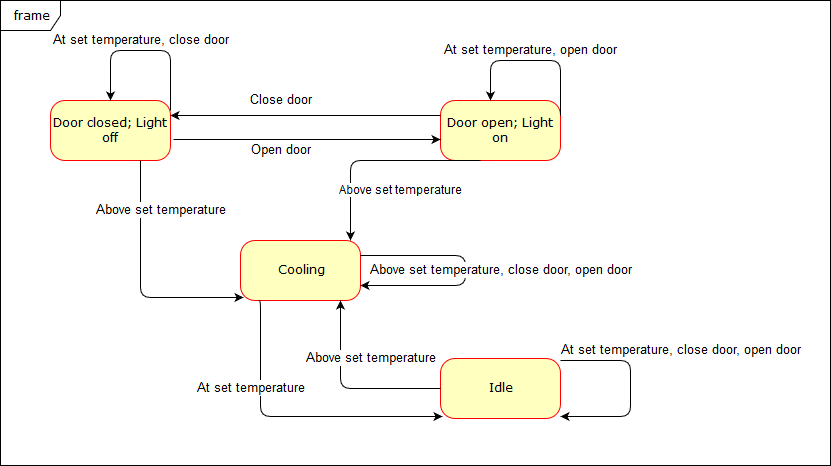
The draw.io diagram src/initial state diagram.png in FreezeWarp/372Groupwork-Project2, before a commit. Source tidied: cells renumbered, new cells last; positions are measured from the earlier drawing's top-left corner, leaving out a move shared by most shapes. Source of this version:
```xml
<mxGraphModel background="#ffffff">
  <root>
    <mxCell id="0" />
    <mxCell id="1" parent="0" />
    <mxCell id="2" value="Cooling" style="rounded=1;whiteSpace=wrap;html=1;arcSize=24;fillColor=#ffffc0;strokeColor=#ff0000;shadow=0;comic=0;labelBackgroundColor=none;fontFamily=Verdana;fontSize=12;fontColor=#000000;align=center;" parent="1" vertex="1">
      <mxGeometry x="240" y="240" width="120" height="60" as="geometry" />
    </mxCell>
    <mxCell id="3" value="Door closed; Light off" style="rounded=1;whiteSpace=wrap;html=1;arcSize=24;fillColor=#ffffc0;strokeColor=#ff0000;shadow=0;comic=0;labelBackgroundColor=none;fontFamily=Verdana;fontSize=12;fontColor=#000000;align=center;" parent="1" vertex="1">
      <mxGeometry x="50" y="100" width="120" height="60" as="geometry" />
    </mxCell>
    <mxCell id="4" value="Door open; Light on" style="rounded=1;whiteSpace=wrap;html=1;arcSize=24;fillColor=#ffffc0;strokeColor=#ff0000;shadow=0;comic=0;labelBackgroundColor=none;fontFamily=Verdana;fontSize=12;fontColor=#000000;align=center;" parent="1" vertex="1">
      <mxGeometry x="440" y="100" width="120" height="60" as="geometry" />
    </mxCell>
    <mxCell id="5" value="Idle" style="rounded=1;whiteSpace=wrap;html=1;arcSize=24;fillColor=#ffffc0;strokeColor=#ff0000;shadow=0;comic=0;labelBackgroundColor=none;fontFamily=Verdana;fontSize=12;fontColor=#000000;align=center;" parent="1" vertex="1">
      <mxGeometry x="440" y="358" width="120" height="60" as="geometry" />
    </mxCell>
    <mxCell id="6" value="frame" style="shape=umlFrame;whiteSpace=wrap;html=1;rounded=1;shadow=0;comic=0;labelBackgroundColor=none;strokeColor=#000000;strokeWidth=1;fillColor=#ffffff;fontFamily=Verdana;fontSize=12;fontColor=#000000;align=center;" parent="1" vertex="1">
      <mxGeometry width="830" height="465" as="geometry" />
    </mxCell>
    <mxCell id="7" style="edgeStyle=segmentEdgeStyle;endArrow=classic;html=1;entryX=0.5;entryY=0;" parent="1" edge="1" target="3">
      <mxGeometry relative="1" as="geometry">
        <mxPoint x="170" y="110" as="sourcePoint" />
        <Array as="points">
          <mxPoint x="170" y="50" />
          <mxPoint x="110" y="50" />
        </Array>
      </mxGeometry>
    </mxCell>
    <mxCell id="8" value="&lt;font style=&quot;font-size: 13px&quot;&gt;At set temperature, close door&lt;br&gt;&lt;/font&gt;" style="text;html=1;align=center;verticalAlign=middle;labelBackgroundColor=#ffffff;" parent="7" vertex="1">
      <mxGeometry y="4" relative="1" as="geometry">
        <mxPoint x="-5" y="-14" as="offset" />
      </mxGeometry>
    </mxCell>
    <mxCell id="9" style="edgeStyle=segmentEdgeStyle;endArrow=classic;html=1;exitX=1;exitY=0.25;" parent="1" edge="1" source="4">
      <mxGeometry relative="1" as="geometry">
        <mxPoint x="490" y="100" as="targetPoint" />
        <Array as="points">
          <mxPoint x="560" y="60" />
          <mxPoint x="490" y="60" />
        </Array>
      </mxGeometry>
    </mxCell>
    <mxCell id="10" value="&lt;font style=&quot;font-size: 13px&quot;&gt;At set temperature, open door&lt;br&gt;&lt;/font&gt;" style="text;html=1;align=center;verticalAlign=middle;labelBackgroundColor=#ffffff;" parent="9" vertex="1">
      <mxGeometry x="0.09" y="-1" relative="1" as="geometry">
        <mxPoint x="5" y="-9" as="offset" />
      </mxGeometry>
    </mxCell>
    <mxCell id="11" style="edgeStyle=segmentEdgeStyle;endArrow=classic;html=1;exitX=1;exitY=0.25;elbow=horizontal;" parent="1" edge="1" source="2" target="2">
      <mxGeometry relative="1" as="geometry">
        <Array as="points">
          <mxPoint x="465" y="255" />
          <mxPoint x="465" y="285" />
        </Array>
      </mxGeometry>
    </mxCell>
    <mxCell id="12" value="&lt;font style=&quot;font-size: 13px&quot;&gt;Above set temperature, close door, open door&lt;/font&gt;" style="text;html=1;align=center;verticalAlign=middle;labelBackgroundColor=#ffffff;" parent="11" vertex="1">
      <mxGeometry x="-0.27" relative="1" as="geometry">
        <mxPoint x="52" y="15" as="offset" />
      </mxGeometry>
    </mxCell>
    <mxCell id="13" style="edgeStyle=segmentEdgeStyle;endArrow=classic;html=1;exitX=1;exitY=0.033;exitPerimeter=0;" parent="1" edge="1" source="5" target="5">
      <mxGeometry relative="1" as="geometry">
        <Array as="points">
          <mxPoint x="630" y="360" />
          <mxPoint x="630" y="416" />
        </Array>
      </mxGeometry>
    </mxCell>
    <mxCell id="14" value="&lt;font style=&quot;font-size: 13px&quot;&gt;At set temperature, close door, open door&lt;/font&gt;" style="text;html=1;align=center;verticalAlign=middle;labelBackgroundColor=#ffffff;" parent="13" vertex="1">
      <mxGeometry x="-0.46" y="3" relative="1" as="geometry">
        <mxPoint x="67" y="-7" as="offset" />
      </mxGeometry>
    </mxCell>
    <mxCell id="15" style="endArrow=classic;html=1;exitX=1.025;exitY=0.65;exitPerimeter=0;entryX=0;entryY=0.65;entryPerimeter=0;" parent="1" edge="1" source="3" target="4">
      <mxGeometry relative="1" as="geometry" />
    </mxCell>
    <mxCell id="16" value="&lt;font style=&quot;font-size: 13px&quot;&gt;Open door&lt;br&gt;&lt;/font&gt;" style="text;html=1;align=center;verticalAlign=middle;labelBackgroundColor=#ffffff;" parent="15" vertex="1">
      <mxGeometry x="-0.2" y="-1" relative="1" as="geometry">
        <mxPoint y="10" as="offset" />
      </mxGeometry>
    </mxCell>
    <mxCell id="17" style="endArrow=classic;html=1;exitX=0;exitY=0.25;entryX=1;entryY=0.25;" parent="1" edge="1" source="4" target="3">
      <mxGeometry relative="1" as="geometry" />
    </mxCell>
    <mxCell id="18" value="&lt;font style=&quot;font-size: 13px&quot;&gt;Close door&lt;/font&gt;" style="text;html=1;align=center;verticalAlign=middle;labelBackgroundColor=#ffffff;" parent="17" vertex="1">
      <mxGeometry x="0.39" y="-2" relative="1" as="geometry">
        <mxPoint x="27" y="-13" as="offset" />
      </mxGeometry>
    </mxCell>
    <mxCell id="19" style="edgeStyle=segmentEdgeStyle;endArrow=classic;html=1;exitX=0.75;exitY=1;entryX=0.025;entryY=0.95;entryPerimeter=0;" parent="1" edge="1" source="3" target="2">
      <mxGeometry relative="1" as="geometry">
        <Array as="points">
          <mxPoint x="140" y="297" />
        </Array>
      </mxGeometry>
    </mxCell>
    <mxCell id="20" value="&lt;font style=&quot;font-size: 13px&quot;&gt;Above set temperature&lt;/font&gt;" style="text;html=1;align=center;verticalAlign=middle;labelBackgroundColor=#ffffff;" parent="19" vertex="1">
      <mxGeometry x="-0.25" y="2" relative="1" as="geometry">
        <mxPoint x="18" y="-40" as="offset" />
      </mxGeometry>
    </mxCell>
    <mxCell id="21" style="edgeStyle=segmentEdgeStyle;endArrow=classic;html=1;" parent="1" edge="1">
      <mxGeometry relative="1" as="geometry">
        <mxPoint x="480" y="160" as="sourcePoint" />
        <mxPoint x="350" y="240" as="targetPoint" />
        <Array as="points">
          <mxPoint x="350" y="160" />
          <mxPoint x="350" y="240" />
        </Array>
      </mxGeometry>
    </mxCell>
    <mxCell id="22" value="Above set temperature" style="text;html=1;align=center;verticalAlign=middle;labelBackgroundColor=#ffffff;" parent="21" vertex="1">
      <mxGeometry x="0.22" y="17" relative="1" as="geometry">
        <mxPoint x="48" y="13" as="offset" />
      </mxGeometry>
    </mxCell>
    <mxCell id="23" style="edgeStyle=segmentEdgeStyle;endArrow=classic;html=1;exitX=0.15;exitY=1;exitPerimeter=0;entryX=0.017;entryY=0.967;entryPerimeter=0;" parent="1" edge="1" source="2" target="5">
      <mxGeometry relative="1" as="geometry">
        <Array as="points">
          <mxPoint x="260" y="300" />
          <mxPoint x="260" y="416" />
        </Array>
      </mxGeometry>
    </mxCell>
    <mxCell id="24" value="&lt;font style=&quot;font-size: 13px&quot;&gt;At set temperature&lt;/font&gt;" style="text;html=1;align=center;verticalAlign=middle;labelBackgroundColor=#ffffff;" parent="23" vertex="1">
      <mxGeometry x="0.01" y="-3" relative="1" as="geometry">
        <mxPoint x="-43" y="-31" as="offset" />
      </mxGeometry>
    </mxCell>
    <mxCell id="25" style="edgeStyle=segmentEdgeStyle;endArrow=classic;html=1;" parent="1" edge="1" source="5" target="2">
      <mxGeometry relative="1" as="geometry">
        <Array as="points">
          <mxPoint x="340" y="388" />
        </Array>
      </mxGeometry>
    </mxCell>
    <mxCell id="26" value="&lt;font style=&quot;font-size: 13px&quot;&gt;Above set temperature&lt;br&gt;&lt;/font&gt;" style="text;html=1;align=center;verticalAlign=middle;labelBackgroundColor=#ffffff;" parent="25" vertex="1">
      <mxGeometry x="0.04" y="-32" relative="1" as="geometry">
        <mxPoint x="28" y="2" as="offset" />
      </mxGeometry>
    </mxCell>
  </root>
</mxGraphModel>
```
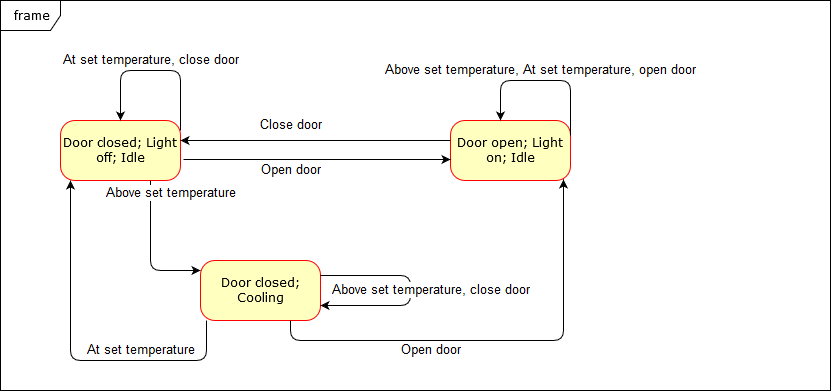
After the commit.

Commit message:
Update state table and diagram

What changed in the source:
```diff
@@ -2,20 +2,17 @@
   <root>
     <mxCell id="0" />
     <mxCell id="1" parent="0" />
-    <mxCell id="2" value="Cooling" style="rounded=1;whiteSpace=wrap;html=1;arcSize=24;fillColor=#ffffc0;strokeColor=#ff0000;shadow=0;comic=0;labelBackgroundColor=none;fontFamily=Verdana;fontSize=12;fontColor=#000000;align=center;" parent="1" vertex="1">
-      <mxGeometry x="240" y="240" width="120" height="60" as="geometry" />
+    <mxCell id="2" value="Door closed; Cooling" style="rounded=1;whiteSpace=wrap;html=1;arcSize=24;fillColor=#ffffc0;strokeColor=#ff0000;shadow=0;comic=0;labelBackgroundColor=none;fontFamily=Verdana;fontSize=12;fontColor=#000000;align=center;" parent="1" vertex="1">
+      <mxGeometry x="190" y="240" width="120" height="60" as="geometry" />
     </mxCell>
-    <mxCell id="3" value="Door closed; Light off" style="rounded=1;whiteSpace=wrap;html=1;arcSize=24;fillColor=#ffffc0;strokeColor=#ff0000;shadow=0;comic=0;labelBackgroundColor=none;fontFamily=Verdana;fontSize=12;fontColor=#000000;align=center;" parent="1" vertex="1">
+    <mxCell id="3" value="Door closed; Light off; Idle" style="rounded=1;whiteSpace=wrap;html=1;arcSize=24;fillColor=#ffffc0;strokeColor=#ff0000;shadow=0;comic=0;labelBackgroundColor=none;fontFamily=Verdana;fontSize=12;fontColor=#000000;align=center;" parent="1" vertex="1">
       <mxGeometry x="50" y="100" width="120" height="60" as="geometry" />
     </mxCell>
-    <mxCell id="4" value="Door open; Light on" style="rounded=1;whiteSpace=wrap;html=1;arcSize=24;fillColor=#ffffc0;strokeColor=#ff0000;shadow=0;comic=0;labelBackgroundColor=none;fontFamily=Verdana;fontSize=12;fontColor=#000000;align=center;" parent="1" vertex="1">
+    <mxCell id="4" value="Door open; Light on; Idle" style="rounded=1;whiteSpace=wrap;html=1;arcSize=24;fillColor=#ffffc0;strokeColor=#ff0000;shadow=0;comic=0;labelBackgroundColor=none;fontFamily=Verdana;fontSize=12;fontColor=#000000;align=center;" parent="1" vertex="1">
       <mxGeometry x="440" y="100" width="120" height="60" as="geometry" />
     </mxCell>
-    <mxCell id="5" value="Idle" style="rounded=1;whiteSpace=wrap;html=1;arcSize=24;fillColor=#ffffc0;strokeColor=#ff0000;shadow=0;comic=0;labelBackgroundColor=none;fontFamily=Verdana;fontSize=12;fontColor=#000000;align=center;" parent="1" vertex="1">
-      <mxGeometry x="440" y="358" width="120" height="60" as="geometry" />
-    </mxCell>
     <mxCell id="6" value="frame" style="shape=umlFrame;whiteSpace=wrap;html=1;rounded=1;shadow=0;comic=0;labelBackgroundColor=none;strokeColor=#000000;strokeWidth=1;fillColor=#ffffff;fontFamily=Verdana;fontSize=12;fontColor=#000000;align=center;" parent="1" vertex="1">
-      <mxGeometry width="830" height="465" as="geometry" />
+      <mxGeometry x="-10" y="-20" width="830" height="390" as="geometry" />
     </mxCell>
     <mxCell id="7" style="edgeStyle=segmentEdgeStyle;endArrow=classic;html=1;entryX=0.5;entryY=0;" parent="1" edge="1" target="3">
       <mxGeometry relative="1" as="geometry">
@@ -40,7 +37,7 @@
         </Array>
       </mxGeometry>
     </mxCell>
-    <mxCell id="10" value="&lt;font style=&quot;font-size: 13px&quot;&gt;At set temperature, open door&lt;br&gt;&lt;/font&gt;" style="text;html=1;align=center;verticalAlign=middle;labelBackgroundColor=#ffffff;" parent="9" vertex="1">
+    <mxCell id="10" value="&lt;font style=&quot;font-size: 13px&quot;&gt;Above set temperature, At set temperature, open door&lt;br&gt;&lt;/font&gt;" style="text;html=1;align=center;verticalAlign=middle;labelBackgroundColor=#ffffff;" parent="9" vertex="1">
       <mxGeometry x="0.09" y="-1" relative="1" as="geometry">
         <mxPoint x="5" y="-9" as="offset" />
       </mxGeometry>
@@ -48,29 +45,16 @@
     <mxCell id="11" style="edgeStyle=segmentEdgeStyle;endArrow=classic;html=1;exitX=1;exitY=0.25;elbow=horizontal;" parent="1" edge="1" source="2" target="2">
       <mxGeometry relative="1" as="geometry">
         <Array as="points">
-          <mxPoint x="465" y="255" />
+          <mxPoint x="400" y="255" />
           <mxPoint x="465" y="285" />
         </Array>
       </mxGeometry>
     </mxCell>
-    <mxCell id="12" value="&lt;font style=&quot;font-size: 13px&quot;&gt;Above set temperature, close door, open door&lt;/font&gt;" style="text;html=1;align=center;verticalAlign=middle;labelBackgroundColor=#ffffff;" parent="11" vertex="1">
+    <mxCell id="12" value="&lt;font style=&quot;font-size: 13px&quot;&gt;Above set temperature, close door&lt;br&gt;&lt;/font&gt;" style="text;html=1;align=center;verticalAlign=middle;labelBackgroundColor=#ffffff;" parent="11" vertex="1">
       <mxGeometry x="-0.27" relative="1" as="geometry">
-        <mxPoint x="52" y="15" as="offset" />
+        <mxPoint x="33" y="15" as="offset" />
       </mxGeometry>
     </mxCell>
-    <mxCell id="13" style="edgeStyle=segmentEdgeStyle;endArrow=classic;html=1;exitX=1;exitY=0.033;exitPerimeter=0;" parent="1" edge="1" source="5" target="5">
-      <mxGeometry relative="1" as="geometry">
-        <Array as="points">
-          <mxPoint x="630" y="360" />
-          <mxPoint x="630" y="416" />
-        </Array>
-      </mxGeometry>
-    </mxCell>
-    <mxCell id="14" value="&lt;font style=&quot;font-size: 13px&quot;&gt;At set temperature, close door, open door&lt;/font&gt;" style="text;html=1;align=center;verticalAlign=middle;labelBackgroundColor=#ffffff;" parent="13" vertex="1">
-      <mxGeometry x="-0.46" y="3" relative="1" as="geometry">
-        <mxPoint x="67" y="-7" as="offset" />
-      </mxGeometry>
-    </mxCell>
     <mxCell id="15" style="endArrow=classic;html=1;exitX=1.025;exitY=0.65;exitPerimeter=0;entryX=0;entryY=0.65;entryPerimeter=0;" parent="1" edge="1" source="3" target="4">
       <mxGeometry relative="1" as="geometry" />
     </mxCell>
@@ -79,18 +63,21 @@
         <mxPoint y="10" as="offset" />
       </mxGeometry>
     </mxCell>
-    <mxCell id="17" style="endArrow=classic;html=1;exitX=0;exitY=0.25;entryX=1;entryY=0.25;" parent="1" edge="1" source="4" target="3">
-      <mxGeometry relative="1" as="geometry" />
+    <mxCell id="17" style="endArrow=classic;html=1;" parent="1" edge="1">
+      <mxGeometry relative="1" as="geometry">
+        <mxPoint x="440" y="120" as="sourcePoint" />
+        <mxPoint x="170" y="120" as="targetPoint" />
+      </mxGeometry>
     </mxCell>
     <mxCell id="18" value="&lt;font style=&quot;font-size: 13px&quot;&gt;Close door&lt;/font&gt;" style="text;html=1;align=center;verticalAlign=middle;labelBackgroundColor=#ffffff;" parent="17" vertex="1">
       <mxGeometry x="0.39" y="-2" relative="1" as="geometry">
         <mxPoint x="27" y="-13" as="offset" />
       </mxGeometry>
     </mxCell>
-    <mxCell id="19" style="edgeStyle=segmentEdgeStyle;endArrow=classic;html=1;exitX=0.75;exitY=1;entryX=0.025;entryY=0.95;entryPerimeter=0;" parent="1" edge="1" source="3" target="2">
+    <mxCell id="19" style="edgeStyle=segmentEdgeStyle;endArrow=classic;html=1;exitX=0.75;exitY=1;" parent="1" edge="1" source="3" target="2">
       <mxGeometry relative="1" as="geometry">
         <Array as="points">
-          <mxPoint x="140" y="297" />
+          <mxPoint x="140" y="250" />
         </Array>
       </mxGeometry>
     </mxCell>
@@ -99,45 +86,31 @@
         <mxPoint x="18" y="-40" as="offset" />
       </mxGeometry>
     </mxCell>
-    <mxCell id="21" style="edgeStyle=segmentEdgeStyle;endArrow=classic;html=1;" parent="1" edge="1">
-      <mxGeometry relative="1" as="geometry">
-        <mxPoint x="480" y="160" as="sourcePoint" />
-        <mxPoint x="350" y="240" as="targetPoint" />
-        <Array as="points">
-          <mxPoint x="350" y="160" />
-          <mxPoint x="350" y="240" />
-        </Array>
-      </mxGeometry>
-    </mxCell>
-    <mxCell id="22" value="Above set temperature" style="text;html=1;align=center;verticalAlign=middle;labelBackgroundColor=#ffffff;" parent="21" vertex="1">
-      <mxGeometry x="0.22" y="17" relative="1" as="geometry">
-        <mxPoint x="48" y="13" as="offset" />
-      </mxGeometry>
-    </mxCell>
-    <mxCell id="23" style="edgeStyle=segmentEdgeStyle;endArrow=classic;html=1;exitX=0.15;exitY=1;exitPerimeter=0;entryX=0.017;entryY=0.967;entryPerimeter=0;" parent="1" edge="1" source="2" target="5">
-      <mxGeometry relative="1" as="geometry">
-        <Array as="points">
-          <mxPoint x="260" y="300" />
-          <mxPoint x="260" y="416" />
-        </Array>
-      </mxGeometry>
-    </mxCell>
+    <mxCell id="26" style="edgeStyle=segmentEdgeStyle;endArrow=classic;html=1;entryX=0.942;entryY=0.983;entryPerimeter=0;exitX=0.75;exitY=1;" parent="1" edge="1" source="2" target="4">
+      <mxGeometry relative="1" as="geometry">
+        <Array as="points">
+          <mxPoint x="280" y="320" />
+          <mxPoint x="553" y="320" />
+        </Array>
+      </mxGeometry>
+    </mxCell>
+    <mxCell id="27" value="&lt;font style=&quot;font-size: 13px&quot;&gt;Open door&lt;br&gt;&lt;/font&gt;" style="text;html=1;align=center;verticalAlign=middle;labelBackgroundColor=#ffffff;" parent="26" vertex="1">
+      <mxGeometry x="-0.3" y="-4" relative="1" as="geometry">
+        <mxPoint x="1" y="6" as="offset" />
+      </mxGeometry>
+    </mxCell>
+    <mxCell id="28" style="edgeStyle=segmentEdgeStyle;endArrow=classic;html=1;" parent="1" edge="1" source="2" target="3">
+      <mxGeometry relative="1" as="geometry">
+        <Array as="points">
+          <mxPoint x="196" y="340" />
+          <mxPoint x="60" y="340" />
+        </Array>
+      </mxGeometry>
+    </mxCell>
-    <mxCell id="24" value="&lt;font style=&quot;font-size: 13px&quot;&gt;At set temperature&lt;/font&gt;" style="text;html=1;align=center;verticalAlign=middle;labelBackgroundColor=#ffffff;" parent="23" vertex="1">
-      <mxGeometry x="0.01" y="-3" relative="1" as="geometry">
-        <mxPoint x="-43" y="-31" as="offset" />
+    <mxCell id="24" value="&lt;font style=&quot;font-size: 13px&quot;&gt;At set temperature&lt;br&gt;&lt;/font&gt;" style="text;html=1;align=center;verticalAlign=middle;labelBackgroundColor=#ffffff;" parent="28" vertex="1">
+      <mxGeometry x="-0.28" y="-1" relative="1" as="geometry">
+        <mxPoint x="23" y="-9" as="offset" />
       </mxGeometry>
     </mxCell>
-    <mxCell id="25" style="edgeStyle=segmentEdgeStyle;endArrow=classic;html=1;" parent="1" edge="1" source="5" target="2">
-      <mxGeometry relative="1" as="geometry">
-        <Array as="points">
-          <mxPoint x="340" y="388" />
-        </Array>
-      </mxGeometry>
-    </mxCell>
-    <mxCell id="26" value="&lt;font style=&quot;font-size: 13px&quot;&gt;Above set temperature&lt;br&gt;&lt;/font&gt;" style="text;html=1;align=center;verticalAlign=middle;labelBackgroundColor=#ffffff;" parent="25" vertex="1">
-      <mxGeometry x="0.04" y="-32" relative="1" as="geometry">
-        <mxPoint x="28" y="2" as="offset" />
-      </mxGeometry>
-    </mxCell>
   </root>
 </mxGraphModel>
```
